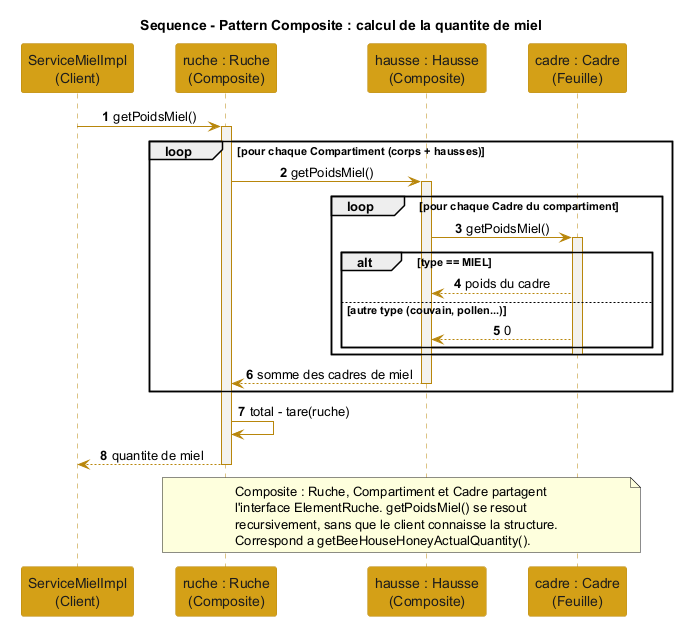
Above: cahier de charge/images/diagramme_sequence_composite.png in iyednefzi99/Z-mm (PlantUML), before the change.
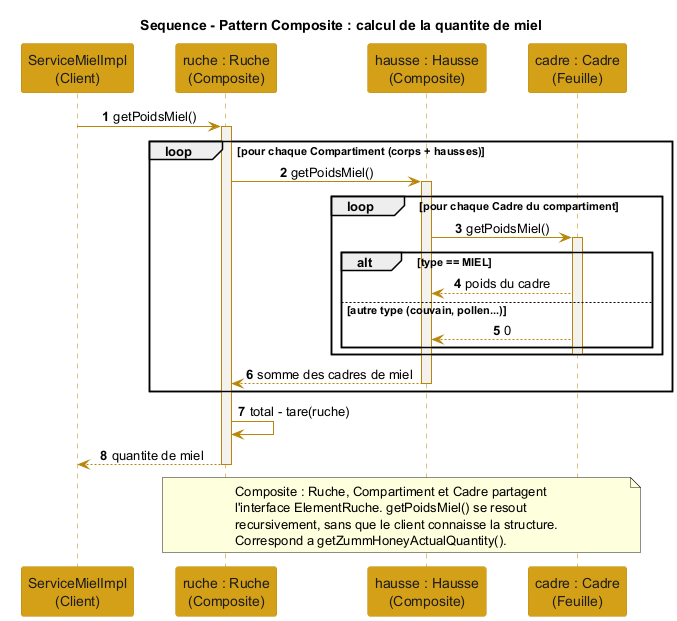
Later version of the same file.

The edit, as a diff of the source:
```diff
@@ -48,7 +48,7 @@
   Composite : Ruche, Compartiment et Cadre partagent
   l'interface ElementRuche. getPoidsMiel() se resout
   recursivement, sans que le client connaisse la structure.
-  Correspond a getBeeHouseHoneyActualQuantity().
+  Correspond a getZummHoneyActualQuantity().
 end note
 
 @enduml
```
